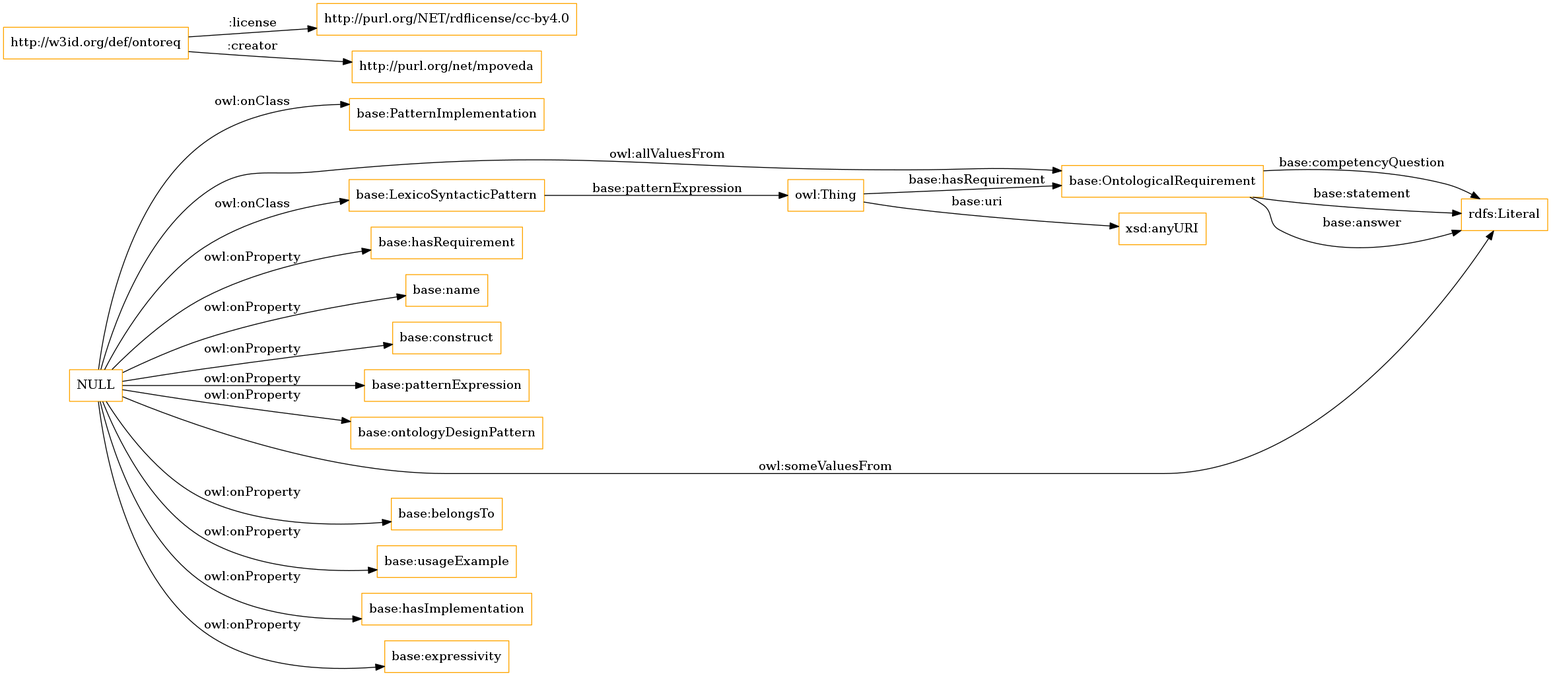
albaizq/ontoreq-ontology keeps this Graphviz diagram as OnToology/ontology/ontology.owl/diagrams/ar2dtool-class/ontology.owl.png. Above is the earlier version. Its source is kept beside it as OnToology/ontology/ontology.owl/diagrams/ar2dtool-class/ontology.owl.png.dot.
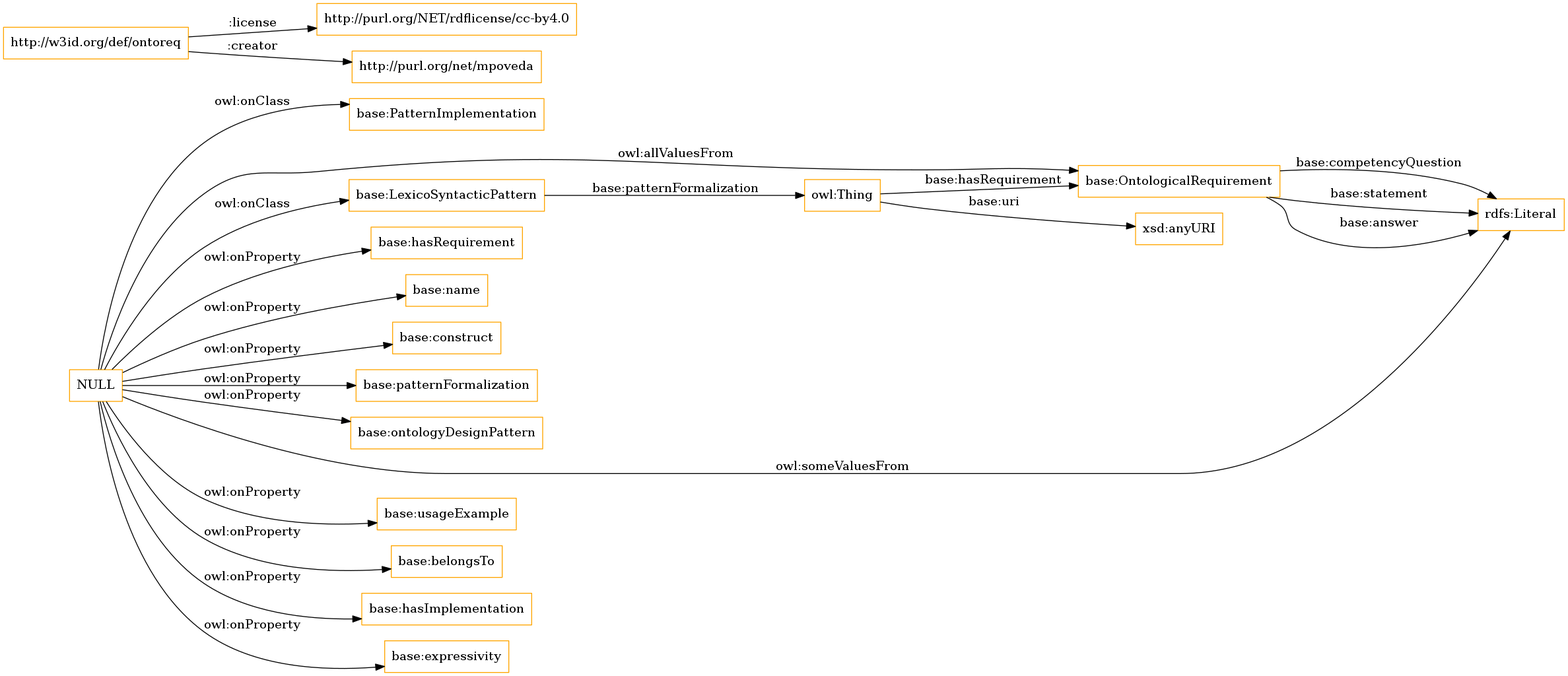
The same file after the commit.

Change to the diagram source:
```diff
@@ -7,18 +7,18 @@
 	"NULL" -> "base:hasRequirement" [ label = "owl:onProperty" ];
 	"NULL" -> "base:name" [ label = "owl:onProperty" ];
 	"NULL" -> "base:construct" [ label = "owl:onProperty" ];
-	"NULL" -> "base:patternExpression" [ label = "owl:onProperty" ];
+	"NULL" -> "base:patternFormalization" [ label = "owl:onProperty" ];
 	"NULL" -> "base:ontologyDesignPattern" [ label = "owl:onProperty" ];
 	"NULL" -> "rdfs:Literal" [ label = "owl:someValuesFrom" ];
+	"NULL" -> "base:usageExample" [ label = "owl:onProperty" ];
 	"NULL" -> "base:belongsTo" [ label = "owl:onProperty" ];
 	"NULL" -> "base:PatternImplementation" [ label = "owl:onClass" ];
-	"NULL" -> "base:usageExample" [ label = "owl:onProperty" ];
 	"NULL" -> "base:OntologicalRequirement" [ label = "owl:allValuesFrom" ];
 	"NULL" -> "base:hasImplementation" [ label = "owl:onProperty" ];
 	"NULL" -> "base:expressivity" [ label = "owl:onProperty" ];
 	"NULL" -> "base:LexicoSyntacticPattern" [ label = "owl:onClass" ];
 	"owl:Thing" -> "base:OntologicalRequirement" [ label = "base:hasRequirement" ];
-	"base:LexicoSyntacticPattern" -> "owl:Thing" [ label = "base:patternExpression" ];
+	"base:LexicoSyntacticPattern" -> "owl:Thing" [ label = "base:patternFormalization" ];
 	"base:OntologicalRequirement" -> "rdfs:Literal" [ label = "base:competencyQuestion" ];
 	"base:OntologicalRequirement" -> "rdfs:Literal" [ label = "base:statement" ];
 	"owl:Thing" -> "xsd:anyURI" [ label = "base:uri" ];
```
